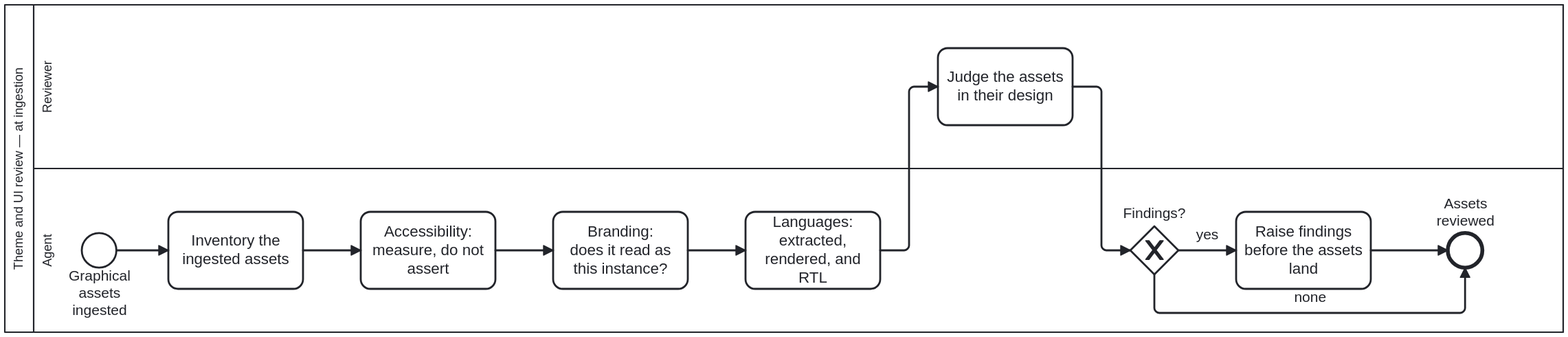
The BPMN diagram docs/assets/img/workflows/theme-ui-review.svg in litlfred/cat-harness, before a commit. Its source is kept beside it as processes/ui/theme-ui-review.bpmn. Ids are renumbered.
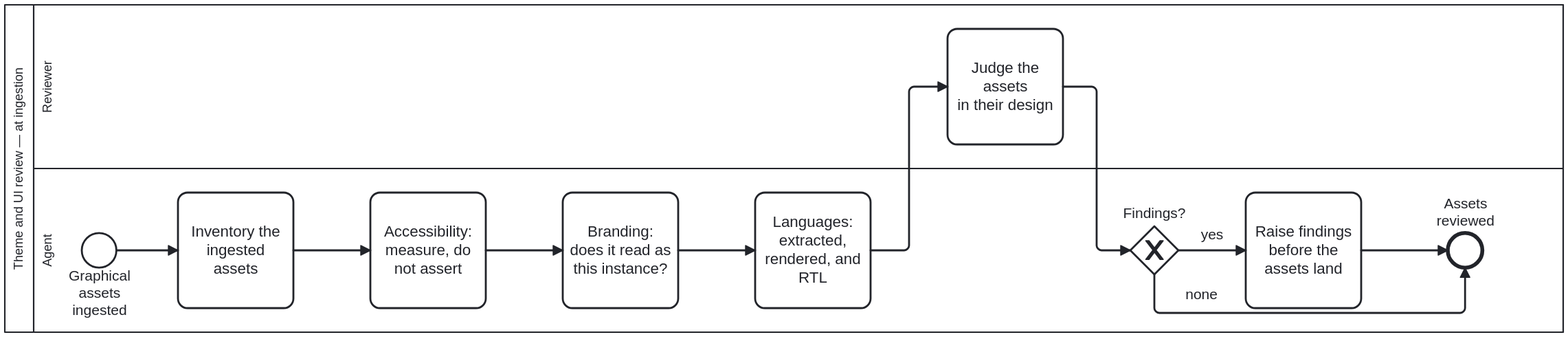
The same file after the commit.

Change to the diagram source:
```diff
@@ -98,65 +98,65 @@
         <dc:Bounds x="240" y="317" width="36" height="36" />
       </bpmndi:BPMNShape>
       <bpmndi:BPMNShape id="Shape_A_Inventory" bpmnElement="A_Inventory">
-        <dc:Bounds x="330" y="295" width="140" height="80" />
+        <dc:Bounds x="340" y="275" width="120" height="120" />
       </bpmndi:BPMNShape>
       <bpmndi:BPMNShape id="Shape_A_Accessibility" bpmnElement="A_Accessibility">
-        <dc:Bounds x="530" y="295" width="140" height="80" />
+        <dc:Bounds x="540" y="275" width="120" height="120" />
       </bpmndi:BPMNShape>
       <bpmndi:BPMNShape id="Shape_A_Branding" bpmnElement="A_Branding">
-        <dc:Bounds x="730" y="295" width="140" height="80" />
+        <dc:Bounds x="740" y="275" width="120" height="120" />
       </bpmndi:BPMNShape>
       <bpmndi:BPMNShape id="Shape_A_Locales" bpmnElement="A_Locales">
-        <dc:Bounds x="930" y="295" width="140" height="80" />
+        <dc:Bounds x="940" y="275" width="120" height="120" />
       </bpmndi:BPMNShape>
       <bpmndi:BPMNShape id="Shape_R_Judge" bpmnElement="R_Judge">
-        <dc:Bounds x="1130" y="125" width="140" height="80" />
+        <dc:Bounds x="1140" y="105" width="120" height="120" />
       </bpmndi:BPMNShape>
       <bpmndi:BPMNShape id="Shape_GW_Findings" bpmnElement="GW_Findings" isMarkerVisible="true">
         <dc:Bounds x="1330" y="310" width="50" height="50" />
-        <bpmndi:BPMNLabel><dc:Bounds x="1310" y="288" width="90" height="18" /></bpmndi:BPMNLabel>
-      </bpmndi:BPMNShape>
+
+      <bpmndi:BPMNLabel><dc:Bounds x="1310" y="288" width="90" height="18" /></bpmndi:BPMNLabel></bpmndi:BPMNShape>
       <bpmndi:BPMNShape id="Shape_A_RaiseFindings" bpmnElement="A_RaiseFindings">
-        <dc:Bounds x="1440" y="295" width="140" height="80" />
+        <dc:Bounds x="1450" y="275" width="120" height="120" />
       </bpmndi:BPMNShape>
       <bpmndi:BPMNShape id="Shape_End_TUR" bpmnElement="End_TUR">
         <dc:Bounds x="1660" y="317" width="36" height="36" />
-        <bpmndi:BPMNLabel><dc:Bounds x="1633" y="278" width="90" height="35" /></bpmndi:BPMNLabel>
-      </bpmndi:BPMNShape>
+
+      <bpmndi:BPMNLabel><dc:Bounds x="1633" y="278" width="90" height="35" /></bpmndi:BPMNLabel></bpmndi:BPMNShape>
       <bpmndi:BPMNEdge id="Edge_SF_TUR_1" bpmnElement="SF_TUR_1">
         <di:waypoint x="276" y="335" />
-        <di:waypoint x="330" y="335" />
+        <di:waypoint x="340" y="335" />
       </bpmndi:BPMNEdge>
       <bpmndi:BPMNEdge id="Edge_SF_TUR_2" bpmnElement="SF_TUR_2">
-        <di:waypoint x="470" y="335" />
-        <di:waypoint x="530" y="335" />
+        <di:waypoint x="460" y="335" />
+        <di:waypoint x="540" y="335" />
       </bpmndi:BPMNEdge>
       <bpmndi:BPMNEdge id="Edge_SF_TUR_3" bpmnElement="SF_TUR_3">
-        <di:waypoint x="670" y="335" />
-        <di:waypoint x="730" y="335" />
+        <di:waypoint x="660" y="335" />
+        <di:waypoint x="740" y="335" />
       </bpmndi:BPMNEdge>
       <bpmndi:BPMNEdge id="Edge_SF_TUR_4" bpmnElement="SF_TUR_4">
-        <di:waypoint x="870" y="335" />
-        <di:waypoint x="930" y="335" />
+        <di:waypoint x="860" y="335" />
+        <di:waypoint x="940" y="335" />
       </bpmndi:BPMNEdge>
       <bpmndi:BPMNEdge id="Edge_SF_TUR_5" bpmnElement="SF_TUR_5">
-        <di:waypoint x="1070" y="335" />
+        <di:waypoint x="1060" y="335" />
         <di:waypoint x="1100" y="335" />
         <di:waypoint x="1100" y="165" />
-        <di:waypoint x="1130" y="165" />
+        <di:waypoint x="1140" y="165" />
       </bpmndi:BPMNEdge>
       <bpmndi:BPMNEdge id="Edge_SF_TUR_6" bpmnElement="SF_TUR_6">
-        <di:waypoint x="1270" y="165" />
-        <di:waypoint x="1300" y="165" />
-        <di:waypoint x="1300" y="335" />
+        <di:waypoint x="1260" y="165" />
+        <di:waypoint x="1295" y="165" />
+        <di:waypoint x="1295" y="335" />
         <di:waypoint x="1330" y="335" />
       </bpmndi:BPMNEdge>
       <bpmndi:BPMNEdge id="Edge_SF_TUR_7" bpmnElement="SF_TUR_7">
         <di:waypoint x="1380" y="335" />
-        <di:waypoint x="1440" y="335" />
+        <di:waypoint x="1450" y="335" />
       </bpmndi:BPMNEdge>
       <bpmndi:BPMNEdge id="Edge_SF_TUR_8" bpmnElement="SF_TUR_8">
-        <di:waypoint x="1580" y="335" />
+        <di:waypoint x="1570" y="335" />
         <di:waypoint x="1660" y="335" />
       </bpmndi:BPMNEdge>
       <bpmndi:BPMNEdge id="Edge_SF_TUR_9" bpmnElement="SF_TUR_9">
@@ -164,6 +164,7 @@
         <di:waypoint x="1355" y="400" />
         <di:waypoint x="1678" y="400" />
         <di:waypoint x="1678" y="353" />
+        <bpmndi:BPMNLabel><dc:Bounds x="1359" y="371.5" width="90" height="17" /></bpmndi:BPMNLabel>
       </bpmndi:BPMNEdge>
     </bpmndi:BPMNPlane>
   </bpmndi:BPMNDiagram>
```
